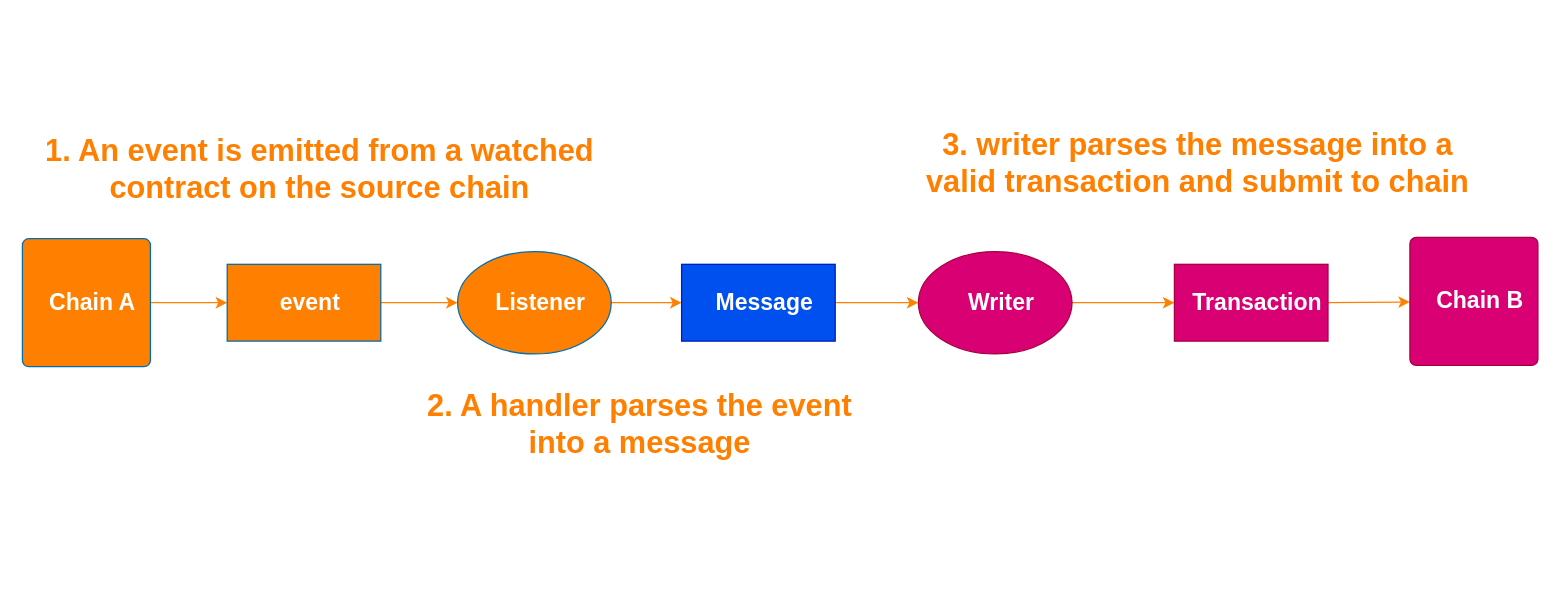
Before: docs/Platdot-overview.drawio in RJman-self/Platdot, a draw.io diagram. Source tidied: cells renumbered, new cells numbered last; positions are measured from the earlier drawing's top-left corner, leaving out a move shared by most shapes. Both pictures are drawn from the tidied source at 128%, with x=0, y=0 at pixel (22, 105).
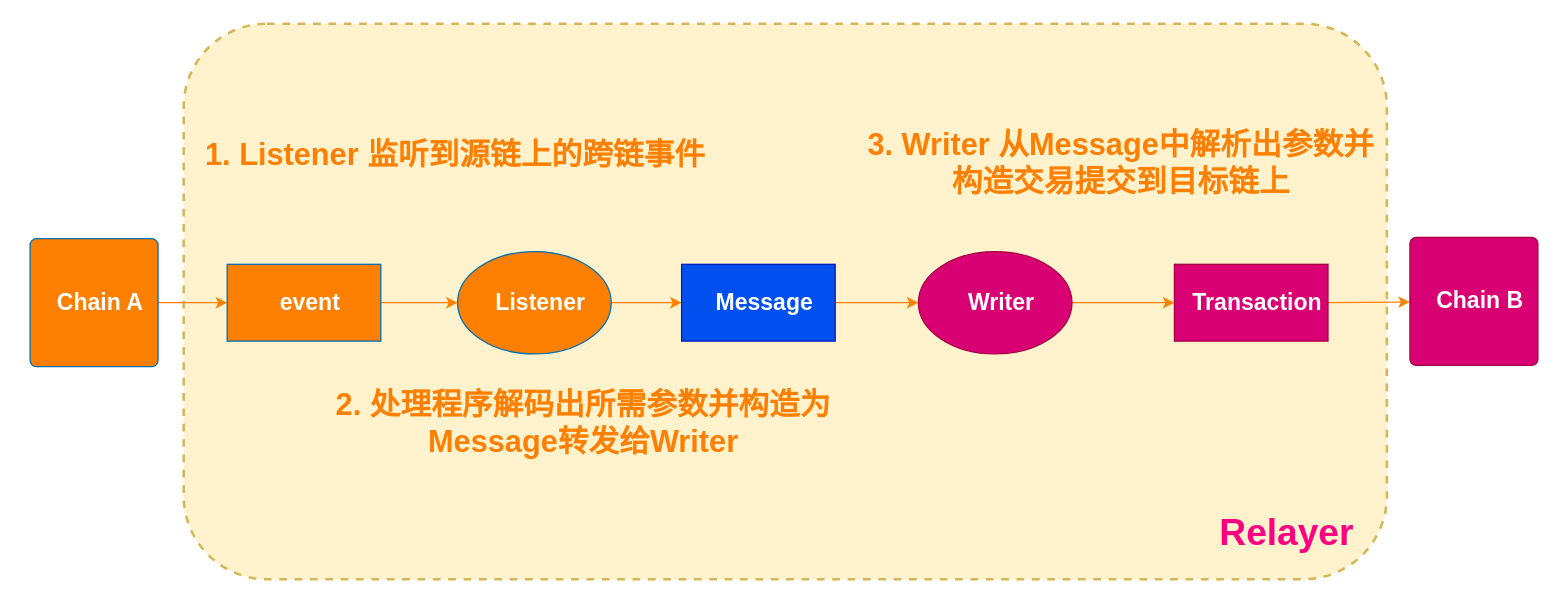
Above is the later version.

What changed in the source:
```diff
@@
 <mxGraphModel>
   <root>
     <mxCell id="0" />
     <mxCell id="1" parent="0" />
+    <mxCell id="18" style="rounded=1;whiteSpace=wrap;html=1;strokeWidth=2;dashed=1;fillColor=#fff2cc;strokeColor=#d6b656;" parent="1" vertex="1">
+      <mxGeometry x="126" y="-64" width="940" height="434" as="geometry" />
+    </mxCell>
     <mxCell id="2" style="edgeStyle=none;rounded=0;jettySize=auto;html=1;fontColor=#99FF99;strokeColor=#FF8000;" parent="1" edge="1" source="3" target="5">
       <mxGeometry relative="1" as="geometry" />
     </mxCell>
     <mxCell id="3" value="Chain A" style="html=1;shadow=0;dashed=0;shape=mxgraph.bootstrap.rrect;rSize=5;strokeColor=#006EAF;strokeWidth=1;fontColor=#ffffff;whiteSpace=wrap;align=center;verticalAlign=middle;spacingLeft=10;fontStyle=1;fontSize=18;fillColor=#FF8000;" parent="1" vertex="1">
-      <mxGeometry y="104" width="100" height="100" as="geometry" />
+      <mxGeometry x="6" y="104" width="100" height="100" as="geometry" />
     </mxCell>
     <mxCell id="4" style="edgeStyle=none;rounded=0;jettySize=auto;html=1;strokeColor=#FF8000;fontColor=#FF8000;" parent="1" edge="1" source="5" target="11">
       <mxGeometry relative="1" as="geometry" />
     </mxCell>
     <mxCell id="5" value="event" style="whiteSpace=wrap;html=1;shadow=0;dashed=0;fontSize=18;fontColor=#ffffff;fontStyle=1;strokeColor=#006EAF;strokeWidth=1;spacingLeft=10;fillColor=#FF8000;" parent="1" vertex="1">
       <mxGeometry x="160" y="124" width="120" height="60" as="geometry" />
     </mxCell>
     <mxCell id="6" style="edgeStyle=none;rounded=0;jettySize=auto;html=1;strokeColor=#FF8000;fontColor=#FF8000;exitX=1;exitY=0.5;exitDx=0;exitDy=0;" parent="1" edge="1" source="11" target="8">
       <mxGeometry relative="1" as="geometry" />
     </mxCell>
     <mxCell id="7" style="edgeStyle=none;rounded=0;jettySize=auto;html=1;strokeColor=#FF8000;fontColor=#FF8000;" parent="1" edge="1" source="8" target="10">
       <mxGeometry relative="1" as="geometry" />
     </mxCell>
     <mxCell id="8" value="Message" style="whiteSpace=wrap;html=1;shadow=0;dashed=0;fontSize=18;fontColor=#ffffff;fontStyle=1;strokeColor=#001DBC;strokeWidth=1;fillColor=#0050ef;spacingLeft=10;" parent="1" vertex="1">
       <mxGeometry x="515" y="124" width="120" height="60" as="geometry" />
     </mxCell>
     <mxCell id="9" style="edgeStyle=none;rounded=0;jettySize=auto;html=1;strokeColor=#FF8000;fontColor=#FF8000;" parent="1" edge="1" source="10" target="13">
       <mxGeometry relative="1" as="geometry" />
     </mxCell>
     <mxCell id="10" value="Writer" style="ellipse;whiteSpace=wrap;html=1;shadow=0;dashed=0;fontSize=18;fontColor=#ffffff;fontStyle=1;strokeColor=#A50040;strokeWidth=1;fillColor=#d80073;spacingLeft=10;" parent="1" vertex="1">
       <mxGeometry x="700" y="114" width="120" height="80" as="geometry" />
     </mxCell>
     <mxCell id="11" value="Listener" style="ellipse;whiteSpace=wrap;html=1;shadow=0;dashed=0;fontSize=18;fontColor=#ffffff;fontStyle=1;strokeColor=#006EAF;strokeWidth=1;fillColor=#FF8000;spacingLeft=10;" parent="1" vertex="1">
       <mxGeometry x="340" y="114" width="120" height="80" as="geometry" />
     </mxCell>
     <mxCell id="12" style="edgeStyle=none;rounded=0;jettySize=auto;html=1;exitX=1;exitY=0.5;exitDx=0;exitDy=0;strokeColor=#FF8000;fontColor=#FF8000;" parent="1" edge="1" source="13" target="14">
       <mxGeometry relative="1" as="geometry" />
     </mxCell>
     <mxCell id="13" value="Transaction" style="whiteSpace=wrap;html=1;shadow=0;dashed=0;fontSize=18;fontColor=#ffffff;fontStyle=1;strokeColor=#A50040;strokeWidth=1;fillColor=#d80073;spacingLeft=10;" parent="1" vertex="1">
       <mxGeometry x="900" y="124" width="120" height="60" as="geometry" />
     </mxCell>
     <mxCell id="14" value="Chain B" style="html=1;shadow=0;dashed=0;shape=mxgraph.bootstrap.rrect;rSize=5;strokeColor=#A50040;strokeWidth=1;fontColor=#ffffff;whiteSpace=wrap;align=center;verticalAlign=middle;spacingLeft=10;fontStyle=1;fontSize=18;fillColor=#d80073;" parent="1" vertex="1">
       <mxGeometry x="1084" y="103" width="100" height="100" as="geometry" />
     </mxCell>
-    <mxCell id="15" value="1. An event is emitted from a watched &lt;br&gt;contract on the source chain" style="text;strokeColor=none;fillColor=none;html=1;fontSize=24;fontStyle=1;verticalAlign=middle;align=center;fontColor=#FF8000;" parent="1" vertex="1">
-      <mxGeometry x="20" y="5" width="424" height="90" as="geometry" />
+    <mxCell id="15" value="1. Listener 监听到源链上的跨链事件" style="text;strokeColor=none;fillColor=none;html=1;fontSize=24;fontStyle=1;verticalAlign=middle;align=center;fontColor=#FF8000;" parent="1" vertex="1">
+      <mxGeometry x="126" y="-6" width="424" height="90" as="geometry" />
     </mxCell>
-    <mxCell id="16" value="2. A handler parses the event &lt;br&gt;into a message" style="text;strokeColor=none;fillColor=none;html=1;fontSize=24;fontStyle=1;verticalAlign=middle;align=center;fontColor=#FF8000;" parent="1" vertex="1">
-      <mxGeometry x="270" y="204" width="424" height="90" as="geometry" />
+    <mxCell id="16" value="2. 处理程序解码出所需参数并构造为&lt;br&gt;Message转发给Writer" style="text;strokeColor=none;fillColor=none;html=1;fontSize=24;fontStyle=1;verticalAlign=middle;align=center;fontColor=#FF8000;" parent="1" vertex="1">
+      <mxGeometry x="226" y="203" width="424" height="90" as="geometry" />
     </mxCell>
-    <mxCell id="17" value="3. writer parses the message&amp;nbsp;into a &lt;br&gt;valid transaction and submit to chain" style="text;strokeColor=none;fillColor=none;html=1;fontSize=24;fontStyle=1;verticalAlign=middle;align=center;fontColor=#FF8000;" parent="1" vertex="1">
-      <mxGeometry x="691" width="453" height="90" as="geometry" />
+    <mxCell id="17" value="3. Writer 从Message中解析出参数并&lt;br&gt;构造交易提交到目标链上" style="text;strokeColor=none;fillColor=none;html=1;fontSize=24;fontStyle=1;verticalAlign=middle;align=center;fontColor=#FF8000;" parent="1" vertex="1">
+      <mxGeometry x="631" width="453" height="90" as="geometry" />
     </mxCell>
+    <mxCell id="19" value="&lt;h1&gt;&lt;font style=&quot;font-size: 29px&quot; color=&quot;#ff0080&quot;&gt;Relayer&lt;/font&gt;&lt;/h1&gt;" style="text;html=1;strokeColor=none;fillColor=none;align=center;verticalAlign=middle;whiteSpace=wrap;rounded=0;" parent="1" vertex="1">
+      <mxGeometry x="916" y="304" width="144" height="59" as="geometry" />
+    </mxCell>
   </root>
 </mxGraphModel>
```
